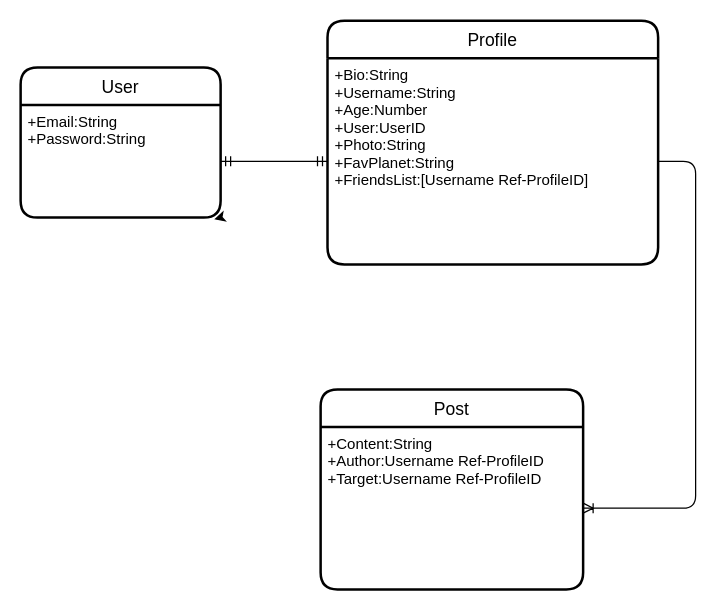
This is wireframes/ERD.drawio from kfacison/spaceBook-P3, a draw.io file, before an edit. Source tidied: cells renumbered, new cells numbered last; positions are measured from the earlier drawing's top-left corner, leaving out a move shared by most shapes. Both pictures are drawn from the tidied source at 125%, with x=0, y=0 at pixel (20, 20).
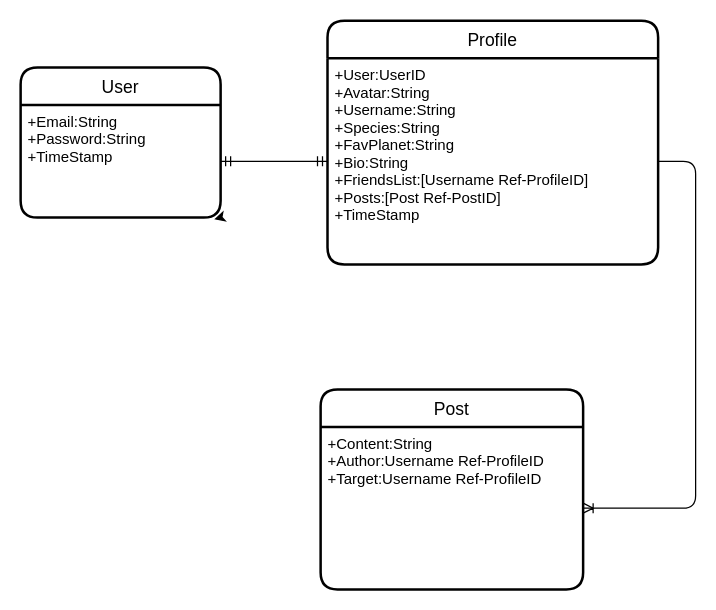
The same diagram, later.

What changed in the source:
```diff
@@
 <mxGraphModel>
   <root>
     <mxCell id="0" />
     <mxCell id="1" parent="0" />
     <mxCell id="2" value="User" style="swimlane;horizontal=1;startSize=30;rounded=1;fontSize=14;fontStyle=0;strokeWidth=2;shadow=0;dashed=0;align=center;" parent="1" vertex="1">
       <mxGeometry y="37.5" width="160" height="120" as="geometry" />
     </mxCell>
-    <mxCell id="3" value="+Email:String&#10;+Password:String" style="align=left;strokeColor=none;fillColor=none;spacingLeft=4;fontSize=12;verticalAlign=top;" parent="2" vertex="1">
+    <mxCell id="3" value="+Email:String&#10;+Password:String&#10;+TimeStamp" style="align=left;strokeColor=none;fillColor=none;spacingLeft=4;fontSize=12;verticalAlign=top;" parent="2" vertex="1">
       <mxGeometry y="30" width="160" height="90" as="geometry" />
     </mxCell>
     <mxCell id="4" style="edgeStyle=none;html=1;exitX=1;exitY=1;exitDx=0;exitDy=0;entryX=0.968;entryY=1.016;entryDx=0;entryDy=0;entryPerimeter=0;" parent="2" edge="1" source="3" target="3">
       <mxGeometry relative="1" as="geometry" />
     </mxCell>
     <mxCell id="5" style="edgeStyle=entityRelationEdgeStyle;fontSize=12;html=1;endArrow=ERmandOne;startArrow=ERmandOne;" parent="1" edge="1" source="3" target="8">
       <mxGeometry relative="1" as="geometry" />
     </mxCell>
     <mxCell id="6" style="edgeStyle=entityRelationEdgeStyle;fontSize=12;html=1;endArrow=ERoneToMany;entryX=1;entryY=0.5;entryDx=0;entryDy=0;" parent="1" edge="1" source="8" target="10">
       <mxGeometry relative="1" as="geometry" />
     </mxCell>
     <mxCell id="7" value="Profile" style="swimlane;horizontal=1;startSize=30;rounded=1;fontSize=14;fontStyle=0;strokeWidth=2;shadow=0;dashed=0;align=center;" parent="1" vertex="1">
       <mxGeometry x="245.5" width="264.5" height="195" as="geometry" />
     </mxCell>
-    <mxCell id="8" value="+Bio:String&#10;+Username:String&#10;+Age:Number&#10;+User:UserID&#10;+Photo:String&#10;+FavPlanet:String&#10;+FriendsList:[Username Ref-ProfileID]" style="align=left;strokeColor=none;fillColor=none;spacingLeft=4;fontSize=12;verticalAlign=top;" parent="7" vertex="1">
+    <mxCell id="8" value="+User:UserID&#10;+Avatar:String&#10;+Username:String&#10;+Species:String&#10;+FavPlanet:String&#10;+Bio:String&#10;+FriendsList:[Username Ref-ProfileID]&#10;+Posts:[Post Ref-PostID]&#10;+TimeStamp" style="align=left;strokeColor=none;fillColor=none;spacingLeft=4;fontSize=12;verticalAlign=top;" parent="7" vertex="1">
       <mxGeometry y="30" width="264.5" height="165" as="geometry" />
     </mxCell>
     <mxCell id="9" value="Post" style="swimlane;horizontal=1;startSize=30;rounded=1;fontSize=14;fontStyle=0;strokeWidth=2;shadow=0;dashed=0;align=center;" parent="1" vertex="1">
       <mxGeometry x="240" y="295" width="210" height="160" as="geometry" />
     </mxCell>
     <mxCell id="10" value="+Content:String&#10;+Author:Username Ref-ProfileID&#10;+Target:Username Ref-ProfileID" style="align=left;strokeColor=none;fillColor=none;spacingLeft=4;fontSize=12;verticalAlign=top;" parent="9" vertex="1">
       <mxGeometry y="30" width="210" height="130" as="geometry" />
     </mxCell>
   </root>
 </mxGraphModel>
```
